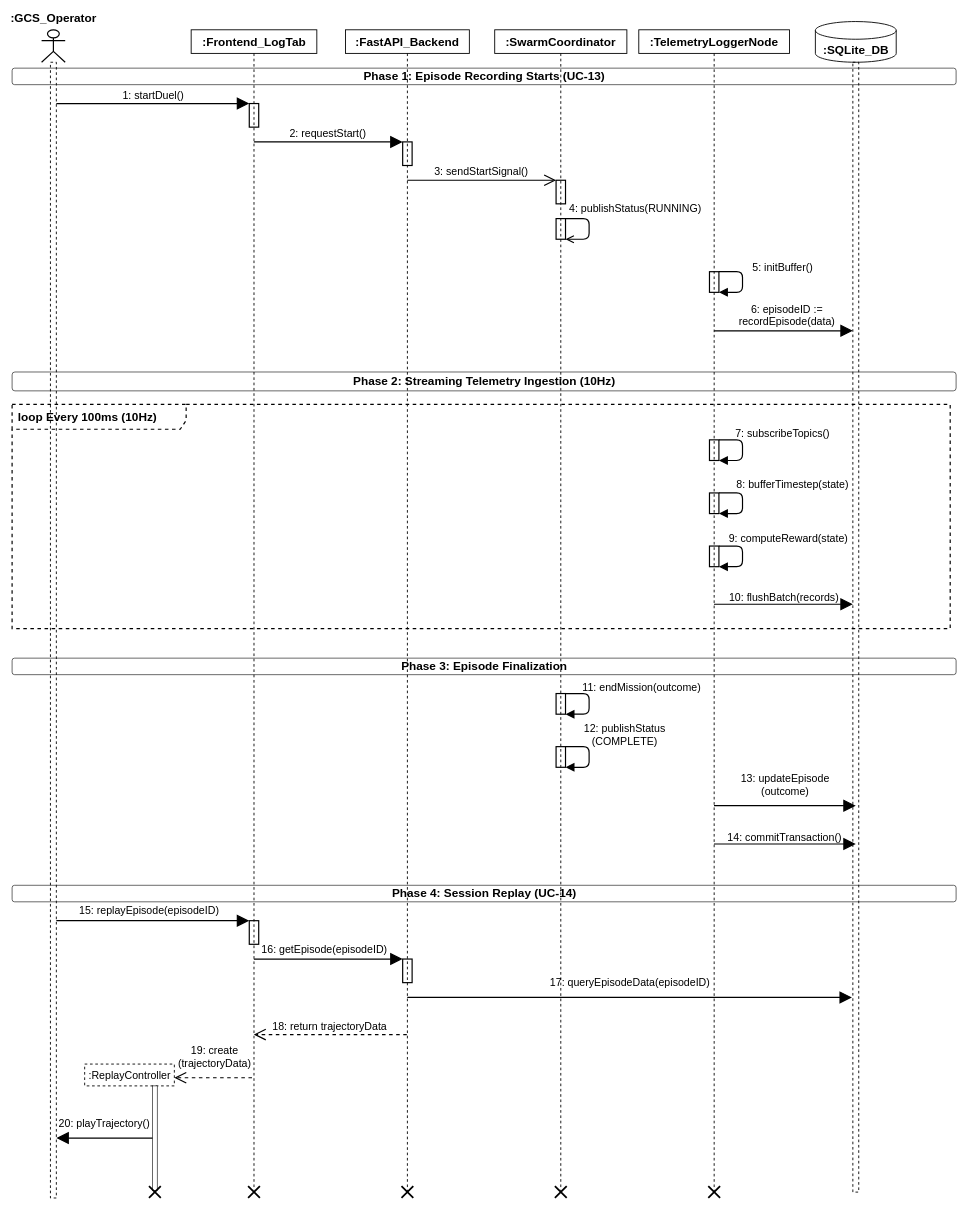
The draw.io diagram 18_sequence_logging_replay.drawio in syedmohammad611/diagrams, before the edit. Source tidied: cells renumbered, new cells numbered last; positions are measured from the earlier drawing's top-left corner, leaving out a move shared by most shapes. Both pictures are drawn from the tidied source at 59%, with x=0, y=0 at pixel (12, 21).
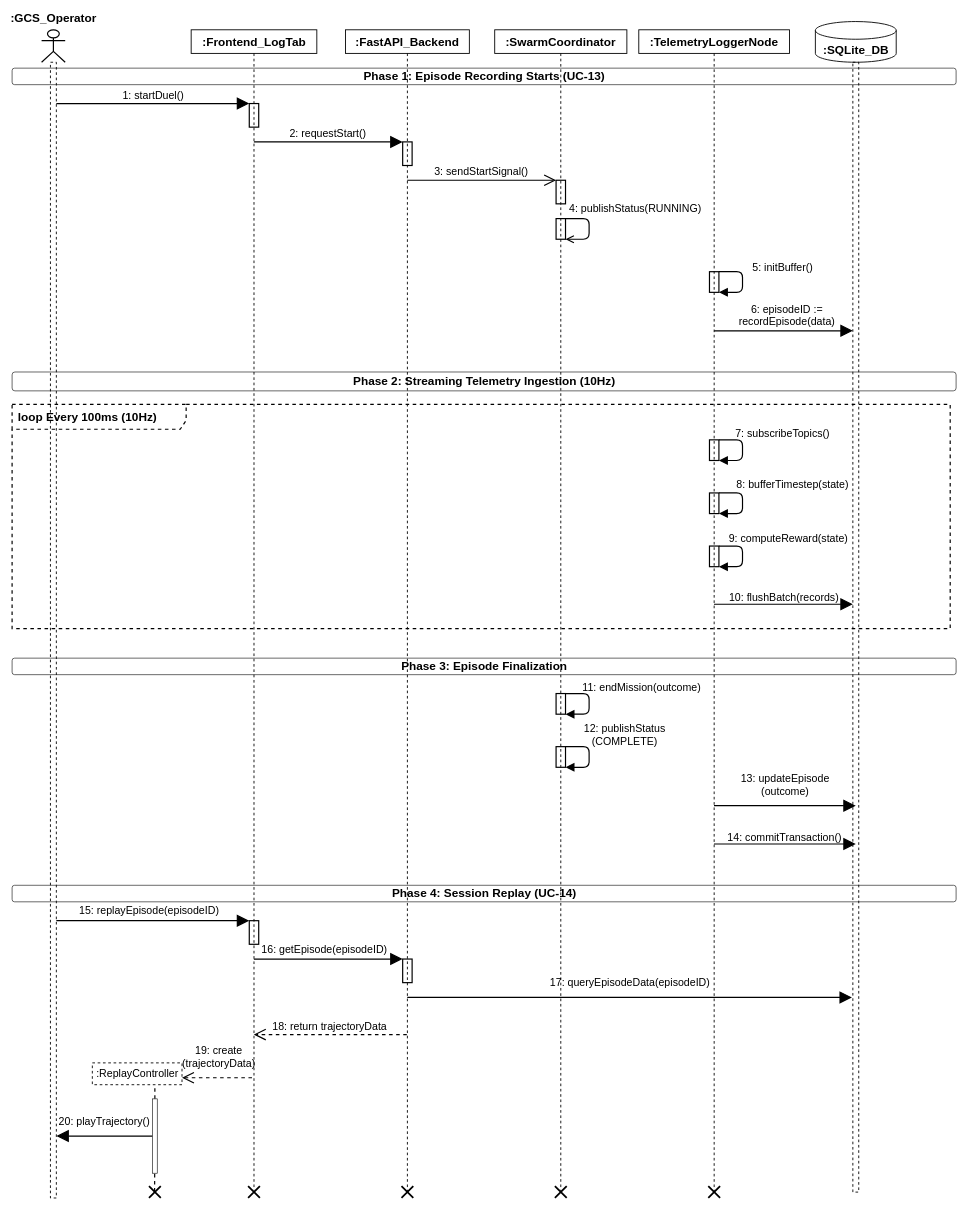
The same diagram, later.

Commit message (it also covers changes not shown here):
refactor: update sequence diagram layouts

Unchanged cells that the change refers to:
```xml
<mxCell id="4" value="&lt;b&gt;:Frontend_LogTab&lt;/b&gt;" style="shape=umlLifeline;perimeter=lifelinePerimeter;whiteSpace=wrap;html=1;outlineConnect=0;fillColor=none;strokeColor=#000000;strokeWidth=1.5;fontStyle=1;fontFamily=Helvetica;fontColor=#000000;fontSize=20;" parent="1" vertex="1">
  <mxGeometry x="303.5" y="14" width="213" height="1967" as="geometry" />
</mxCell>
<mxCell id="50" style="shape=mxgraph.sysml.x;strokeColor=#000000;strokeWidth=3;fillColor=#000000;fontSize=18;" parent="1" vertex="1">
  <mxGeometry x="232" y="1974" width="20" height="20" as="geometry" />
</mxCell>
```

Diff of the diagram source:
```diff
@@
+    <mxCell id="54" style="endArrow=none;dashed=1;html=1;strokeWidth=2;" parent="1" edge="1" source="13" target="12">
+      <mxGeometry relative="1" as="geometry" />
+    </mxCell>
@@
     <mxCell id="12" value=":ReplayController" style="html=1;points=[];perimeter=orthogonalPerimeter;outlineConnect=0;targetShapes=umlLifeline;portConstraint=eastwest;strokeColor=#000000;strokeWidth=1.5;dashed=1;fontSize=18;fontFamily=Helvetica;fontColor=#000000;fillColor=none;" parent="1" vertex="1">
-      <mxGeometry x="123" y="1767" width="152" height="37" as="geometry" />
+      <mxGeometry x="136" y="1765" width="152" height="37" as="geometry" />
     </mxCell>
-    <mxCell id="13" style="fontSize=18;" parent="1" vertex="1">
-      <mxGeometry x="238" y="1804" width="8" height="177" as="geometry" />
-    </mxCell>
@@
     <mxCell id="48" value="19: create&lt;br&gt;(trajectoryData)" style="html=1;align=center;spacingLeft=5;endArrow=open;rounded=1;edgeStyle=none;strokeColor=#000000;dashed=1;verticalAlign=bottom;fontFamily=Helvetica;fontColor=#000000;labelBackgroundColor=none;spacingBottom=10;fontSize=18;strokeWidth=2;endSize=16;exitX=0.484;exitY=0.903;exitDx=0;exitDy=0;exitPerimeter=0;" parent="1" edge="1" source="4" target="12">
-      <mxGeometry relative="1" as="geometry" />
+      <mxGeometry x="-0.01" relative="1" as="geometry" />
     </mxCell>
@@
+    <mxCell id="55" style="endArrow=none;dashed=1;html=1;strokeWidth=2;exitX=0.477;exitY=0.453;exitDx=0;exitDy=0;exitPerimeter=0;" parent="1" edge="1" source="50" target="13">
+      <mxGeometry relative="1" as="geometry" />
+    </mxCell>
+    <mxCell id="13" style="fontSize=18;fillColor=#FFFFFF;" parent="1" vertex="1">
+      <mxGeometry x="238" y="1826" width="8" height="126" as="geometry" />
+    </mxCell>
```
